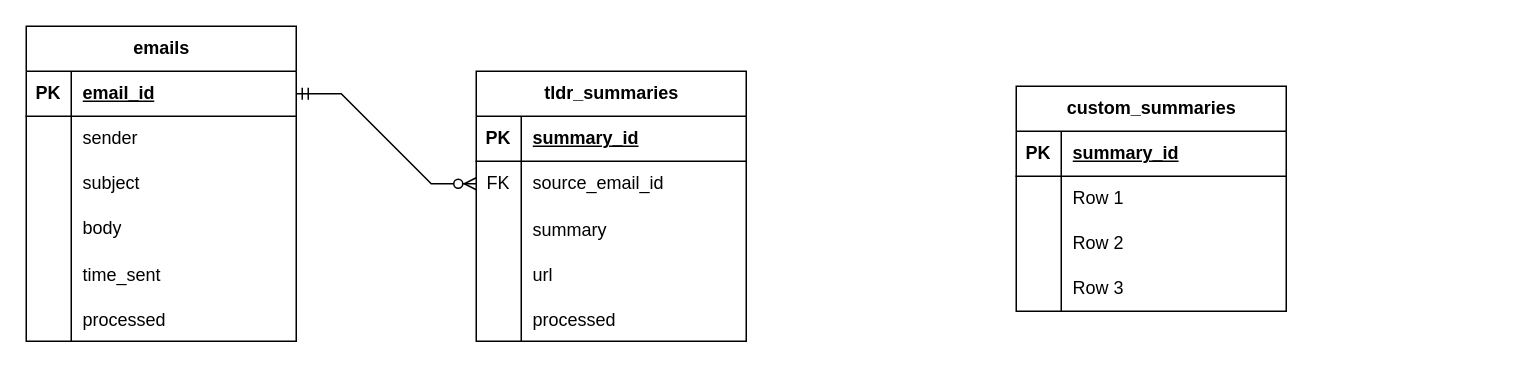
The draw.io diagram ER diagram.drawio in SimonsBrother/WTLDR, before the edit. Source tidied: cells renumbered, new cells numbered last; positions are measured from the earlier drawing's top-left corner, leaving out a move shared by most shapes. Both pictures are drawn from the tidied source at 150%, with x=0, y=0 at pixel (26, 26).
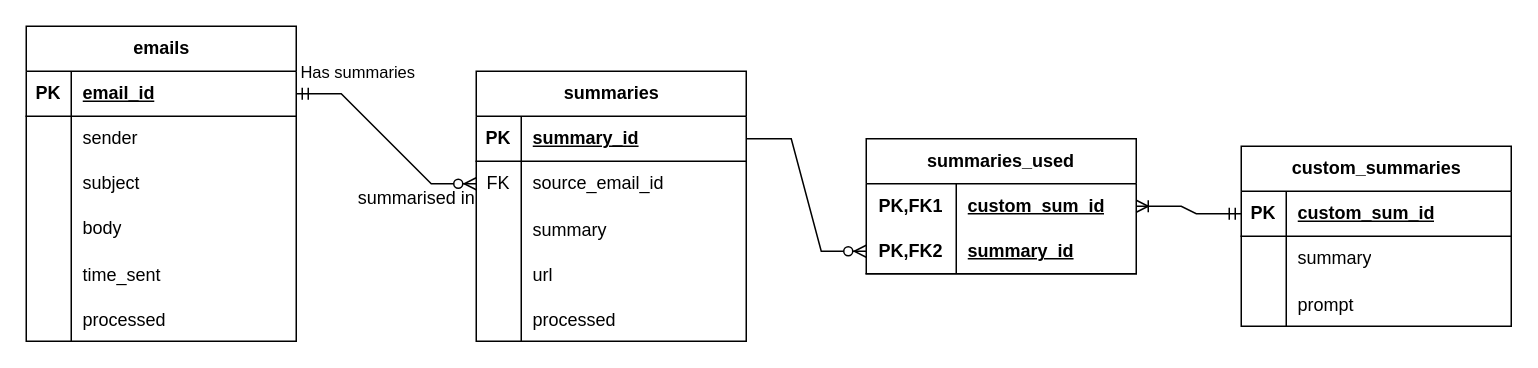
Above is the later version.

Commit message (it also covers changes not shown here):
Added __init__.py files Created tables for storing custom summaries and connected it to the rest of the diagrams

The change refers to these unchanged cells:
```xml
<mxCell id="22" style="shape=tableRow;horizontal=0;startSize=0;swimlaneHead=0;swimlaneBody=0;fillColor=none;points=[[0,0.5],[1,0.5]];portConstraint=eastwest;top=0;left=0;right=0;bottom=1;" parent="21" vertex="1">
  <mxGeometry y="30" width="180" height="30" as="geometry" />
</mxCell>
<mxCell id="38" style="shape=tableRow;horizontal=0;startSize=0;swimlaneHead=0;swimlaneBody=0;fillColor=none;points=[[0,0.5],[1,0.5]];portConstraint=eastwest;top=0;left=0;right=0;bottom=1;" parent="37" vertex="1">
  <mxGeometry y="30" width="180" height="30" as="geometry" />
</mxCell>
<mxCell id="41" style="shape=tableRow;horizontal=0;startSize=0;swimlaneHead=0;swimlaneBody=0;fillColor=none;top=0;left=0;right=0;bottom=0;" parent="37" vertex="1">
  <mxGeometry y="60" width="180" height="30" as="geometry" />
</mxCell>
<mxCell id="44" style="shape=tableRow;horizontal=0;startSize=0;swimlaneHead=0;swimlaneBody=0;fillColor=none;top=0;left=0;right=0;bottom=0;" parent="37" vertex="1">
  <mxGeometry y="90" width="180" height="30" as="geometry" />
</mxCell>
<mxCell id="50" style="edgeStyle=entityRelationEdgeStyle;fontSize=12;html=1;endArrow=ERzeroToMany;startArrow=ERmandOne;rounded=0;exitX=1;exitY=0.5;exitDx=0;exitDy=0;entryX=0;entryY=0.5;entryDx=0;entryDy=0;" parent="1" edge="1" source="3" target="25">
  <mxGeometry relative="1" as="geometry" />
</mxCell>
```

Diff of the diagram source:
```diff
@@
-    <mxCell id="21" value="tldr_summaries" style="shape=table;startSize=30;childLayout=tableLayout;rowLines=0;fontStyle=1;align=center;html=1;" parent="1" vertex="1">
+    <mxCell id="21" value="summaries" style="shape=table;startSize=30;childLayout=tableLayout;rowLines=0;fontStyle=1;align=center;html=1;" parent="1" vertex="1">
       <mxGeometry x="300" y="30" width="180" height="180" as="geometry" />
     </mxCell>
@@
     <mxCell id="37" value="custom_summaries" style="shape=table;startSize=30;childLayout=tableLayout;rowLines=0;fontStyle=1;align=center;html=1;" parent="1" vertex="1">
-      <mxGeometry x="660" y="40" width="180" height="150" as="geometry" />
+      <mxGeometry x="810" y="80" width="180" height="120" as="geometry" />
     </mxCell>
@@
-    <mxCell id="40" value="summary_id" style="shape=partialRectangle;fillColor=none;top=0;left=0;bottom=0;right=0;align=left;spacingLeft=6;fontStyle=5;overflow=hidden;whiteSpace=wrap;html=1;" parent="38" vertex="1">
+    <mxCell id="40" value="custom_sum_id" style="shape=partialRectangle;fillColor=none;top=0;left=0;bottom=0;right=0;align=left;spacingLeft=6;fontStyle=5;overflow=hidden;whiteSpace=wrap;html=1;" parent="38" vertex="1">
       <mxGeometry x="30" width="150" height="30" as="geometry" />
     </mxCell>
@@
-    <mxCell id="43" value="Row 1" style="shape=partialRectangle;fillColor=none;top=0;left=0;bottom=0;right=0;align=left;spacingLeft=6;overflow=hidden;whiteSpace=wrap;html=1;" parent="41" vertex="1">
+    <mxCell id="43" value="summary" style="shape=partialRectangle;fillColor=none;top=0;left=0;bottom=0;right=0;align=left;spacingLeft=6;overflow=hidden;whiteSpace=wrap;html=1;" parent="41" vertex="1">
       <mxGeometry x="30" width="150" height="30" as="geometry" />
     </mxCell>
@@
-    <mxCell id="45" style="shape=partialRectangle;fillColor=none;top=0;left=0;bottom=0;right=0;overflow=hidden;whiteSpace=wrap;html=1;" parent="44" vertex="1">
-      <mxGeometry width="30" height="30" as="geometry" />
-    </mxCell>
-    <mxCell id="46" value="Row 2" style="shape=partialRectangle;fillColor=none;top=0;left=0;bottom=0;right=0;align=left;spacingLeft=6;overflow=hidden;whiteSpace=wrap;html=1;" parent="44" vertex="1">
-      <mxGeometry x="30" width="150" height="30" as="geometry" />
-    </mxCell>
-    <mxCell id="47" style="shape=tableRow;horizontal=0;startSize=0;swimlaneHead=0;swimlaneBody=0;fillColor=none;top=0;left=0;right=0;bottom=0;" parent="37" vertex="1">
-      <mxGeometry y="120" width="180" height="30" as="geometry" />
-    </mxCell>
-    <mxCell id="48" style="shape=partialRectangle;fillColor=none;top=0;left=0;bottom=0;right=0;overflow=hidden;whiteSpace=wrap;html=1;" parent="47" vertex="1">
-      <mxGeometry width="30" height="30" as="geometry" />
-    </mxCell>
-    <mxCell id="49" value="Row 3" style="shape=partialRectangle;fillColor=none;top=0;left=0;bottom=0;right=0;align=left;spacingLeft=6;overflow=hidden;whiteSpace=wrap;html=1;" parent="47" vertex="1">
-      <mxGeometry x="30" width="150" height="30" as="geometry" />
-    </mxCell>
+    <mxCell id="51" style="shape=partialRectangle;fillColor=none;top=0;left=0;bottom=0;right=0;overflow=hidden;" parent="44" vertex="1">
+      <mxGeometry width="30" height="30" as="geometry" />
+    </mxCell>
+    <mxCell id="52" value="prompt" style="shape=partialRectangle;fillColor=none;top=0;left=0;bottom=0;right=0;align=left;spacingLeft=6;overflow=hidden;" parent="44" vertex="1">
+      <mxGeometry x="30" width="150" height="30" as="geometry" />
+    </mxCell>
@@
+    <mxCell id="53" value="Has summaries" style="edgeLabel;html=1;align=center;verticalAlign=middle;" parent="50" vertex="1">
+      <mxGeometry x="-0.63" y="-1" relative="1" as="geometry">
+        <mxPoint x="13" y="-16" as="offset" />
+      </mxGeometry>
+    </mxCell>
+    <mxCell id="54" value="summaries_used" style="shape=table;startSize=30;childLayout=tableLayout;rowLines=0;fontStyle=1;align=center;html=1;whiteSpace=wrap;" parent="1" vertex="1">
+      <mxGeometry x="560" y="75" width="180" height="90" as="geometry" />
+    </mxCell>
+    <mxCell id="55" style="shape=tableRow;horizontal=0;startSize=0;swimlaneHead=0;swimlaneBody=0;fillColor=none;points=[[0,0.5],[1,0.5]];portConstraint=eastwest;top=0;left=0;right=0;bottom=0;html=1;" parent="54" vertex="1">
+      <mxGeometry y="30" width="180" height="30" as="geometry" />
+    </mxCell>
+    <mxCell id="56" value="PK,FK1" style="shape=partialRectangle;fillColor=none;top=0;left=0;bottom=0;right=0;fontStyle=1;overflow=hidden;html=1;whiteSpace=wrap;" parent="55" vertex="1">
+      <mxGeometry width="60" height="30" as="geometry" />
+    </mxCell>
+    <mxCell id="57" value="custom_sum_id" style="shape=partialRectangle;fillColor=none;top=0;left=0;bottom=0;right=0;align=left;spacingLeft=6;fontStyle=5;overflow=hidden;html=1;whiteSpace=wrap;" parent="55" vertex="1">
+      <mxGeometry x="60" width="120" height="30" as="geometry" />
+    </mxCell>
+    <mxCell id="58" style="shape=tableRow;horizontal=0;startSize=0;swimlaneHead=0;swimlaneBody=0;fillColor=none;points=[[0,0.5],[1,0.5]];portConstraint=eastwest;top=0;left=0;right=0;bottom=1;html=1;" parent="54" vertex="1">
+      <mxGeometry y="60" width="180" height="30" as="geometry" />
+    </mxCell>
+    <mxCell id="59" value="PK,FK2" style="shape=partialRectangle;fillColor=none;top=0;left=0;bottom=0;right=0;fontStyle=1;overflow=hidden;html=1;whiteSpace=wrap;" parent="58" vertex="1">
+      <mxGeometry width="60" height="30" as="geometry" />
+    </mxCell>
+    <mxCell id="60" value="summary_id" style="shape=partialRectangle;fillColor=none;top=0;left=0;bottom=0;right=0;align=left;spacingLeft=6;fontStyle=5;overflow=hidden;html=1;whiteSpace=wrap;" parent="58" vertex="1">
+      <mxGeometry x="60" width="120" height="30" as="geometry" />
+    </mxCell>
+    <mxCell id="61" value="summarised in" style="text;html=1;align=center;verticalAlign=middle;strokeColor=none;fillColor=none;" parent="1" vertex="1">
+      <mxGeometry x="210" y="100" width="100" height="30" as="geometry" />
+    </mxCell>
+    <mxCell id="62" style="edgeStyle=entityRelationEdgeStyle;fontSize=12;html=1;endArrow=ERzeroToMany;endFill=1;rounded=0;" parent="1" edge="1" source="22" target="58">
+      <mxGeometry relative="1" as="geometry" />
+    </mxCell>
+    <mxCell id="63" style="edgeStyle=entityRelationEdgeStyle;fontSize=12;html=1;endArrow=ERoneToMany;startArrow=ERmandOne;rounded=0;" parent="1" edge="1" source="38" target="55">
+      <mxGeometry relative="1" as="geometry" />
+    </mxCell>
```
